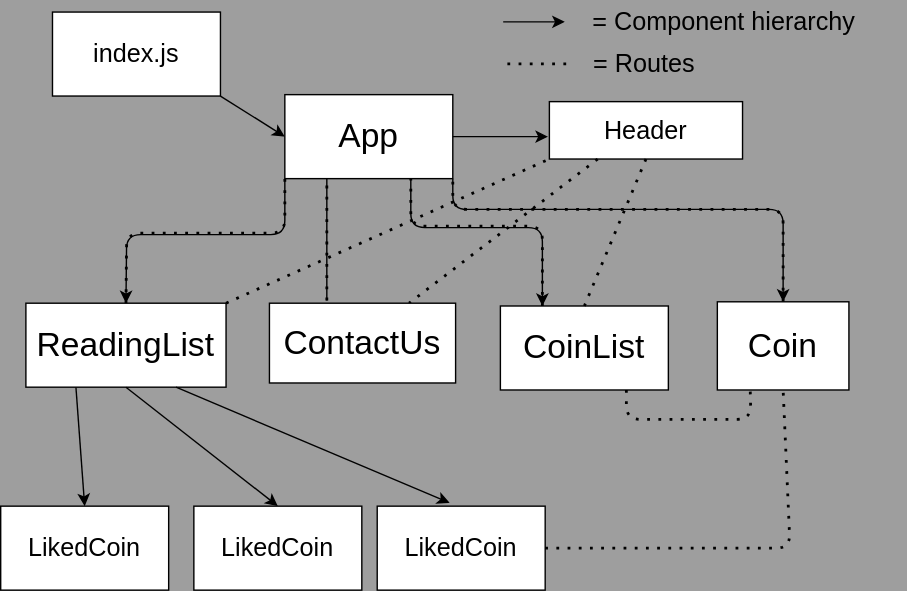
Before: media/hierarchy.drawio.svg, a diagram exported from draw.io (matthewkohn/crypto-explorer). Source tidied: cells renumbered, new cells last; positions are measured from the earlier drawing's top-left corner, leaving out a move shared by most shapes.
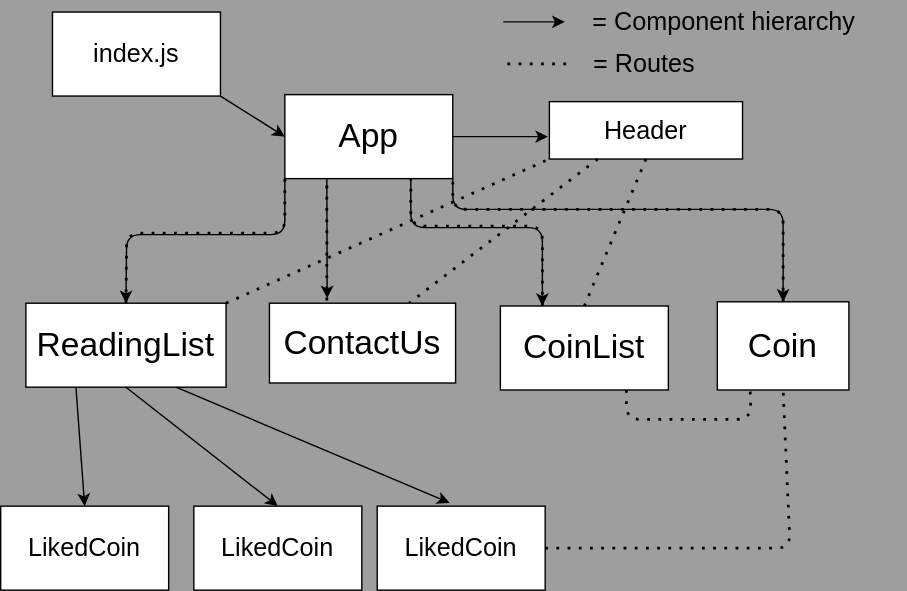
The same diagram one commit later.

Change to the diagram source:
```diff
@@ -143,10 +143,8 @@
     <mxCell id="32" value="&lt;font style=&quot;font-size: 24px&quot;&gt;ContactUs&lt;/font&gt;" style="rounded=0;whiteSpace=wrap;html=1;" parent="1" vertex="1">
       <mxGeometry x="192" y="216" width="133" height="57" as="geometry" />
     </mxCell>
-    <mxCell id="33" style="edgeStyle=none;html=1;exitX=0.25;exitY=1;exitDx=0;exitDy=0;endArrow=none;" parent="1" edge="1" source="6">
-      <mxGeometry relative="1" as="geometry">
-        <mxPoint x="233" y="214" as="targetPoint" />
-      </mxGeometry>
+    <mxCell id="33" style="endArrow=classic;html=1;exitX=0.25;exitY=1;exitDx=0;exitDy=0;entryX=0.31;entryY=-0.061;entryDx=0;entryDy=0;entryPerimeter=0;" parent="1" edge="1" source="6" target="32">
+      <mxGeometry relative="1" as="geometry" />
     </mxCell>
   </root>
 </mxGraphModel>
```
